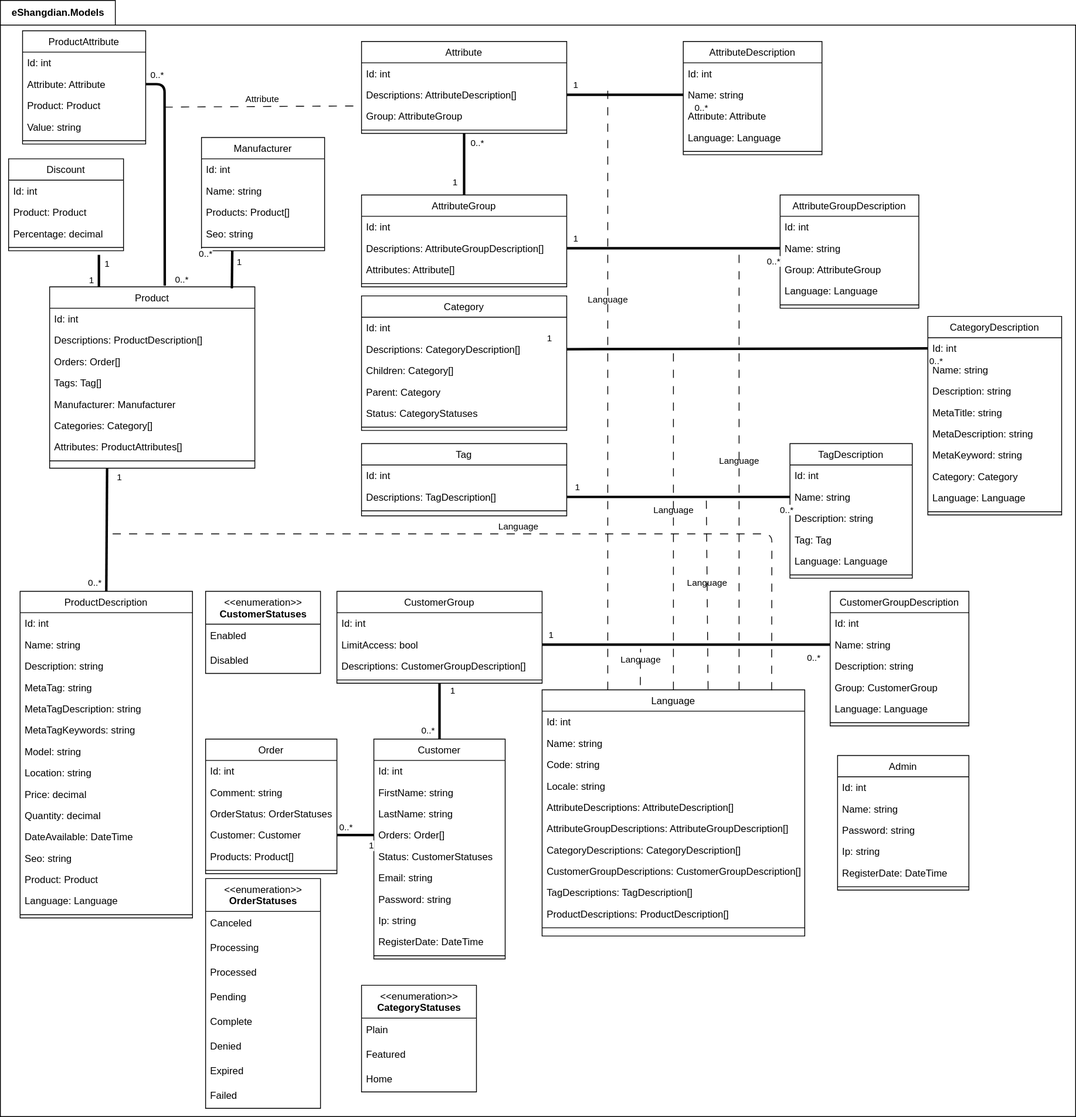
Before: eShangdian.drawio.svg, a diagram exported from draw.io (tsziming/eShangdian). Source tidied: cells renumbered, new cells last; positions are measured from the earlier drawing's top-left corner, leaving out a move shared by most shapes.
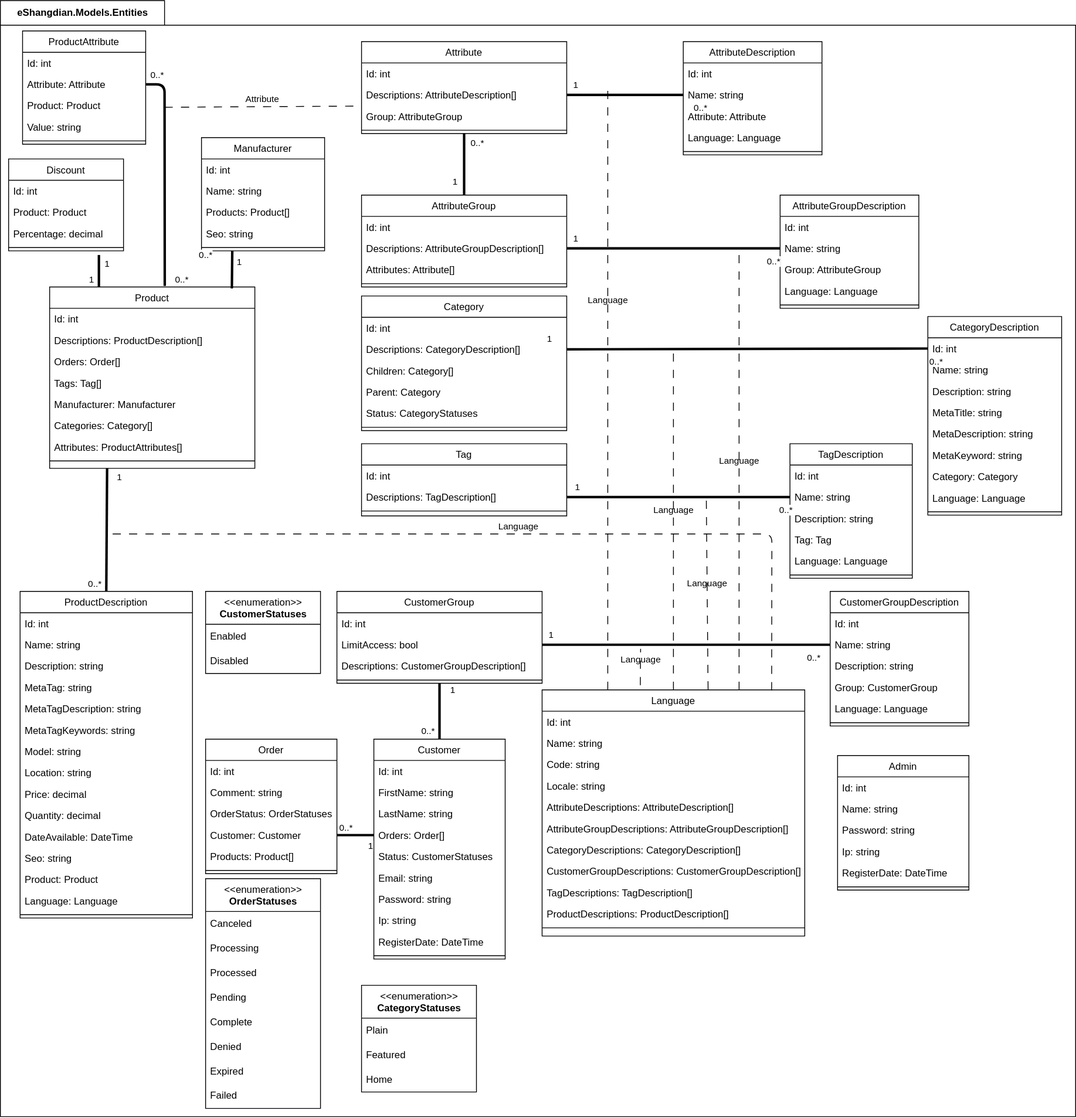
After the commit.

The edit, as a diff of the source:
```diff
@@ -2,7 +2,7 @@
   <root>
     <mxCell id="0" />
     <mxCell id="1" parent="0" />
-    <mxCell id="2" value="eShangdian.Models" style="shape=folder;fontStyle=1;tabWidth=140;tabHeight=30;tabPosition=left;html=1;boundedLbl=1;labelInHeader=1;" parent="1" vertex="1">
+    <mxCell id="2" value="eShangdian.Models.Entities" style="shape=folder;fontStyle=1;tabWidth=200;tabHeight=30;tabPosition=left;html=1;boundedLbl=1;labelInHeader=1;" parent="1" vertex="1">
       <mxGeometry width="1310" height="1360" as="geometry" />
     </mxCell>
     <mxCell id="3" value="Attribute" style="swimlane;fontStyle=0;align=center;verticalAlign=top;horizontal=1;startSize=26;rounded=0;shadow=0;strokeWidth=1;" parent="2" vertex="1">
```
